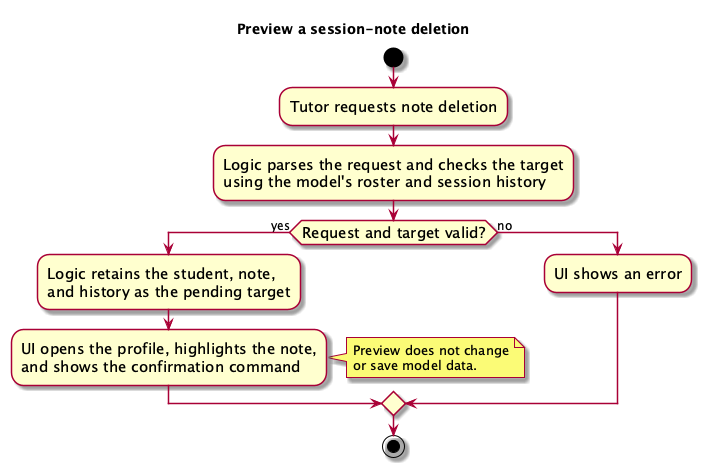
Above: docs/images/DeleteSessionNotePreviewActivityDiagram.png in AY2627S1-CS2103T-F09-1/tp (PlantUML), before the change. Source of this version:
```plantuml
@startuml
skin rose
skinparam ActivityFontSize 15
skinparam ArrowFontSize 12
title Preview a session-note deletion

start
:Tutor requests note deletion;
:Logic parses the request and checks the target
using the model's roster and session history;
if (Request and target valid?) then (yes)
  :Logic retains the student, note,
  and history as the pending target;
  :UI opens the profile, highlights the note,
  and shows the confirmation command;
  note right
    Preview does not change
    or save model data.
  end note
else (no)
  :UI shows an error;
endif
stop
@enduml
```
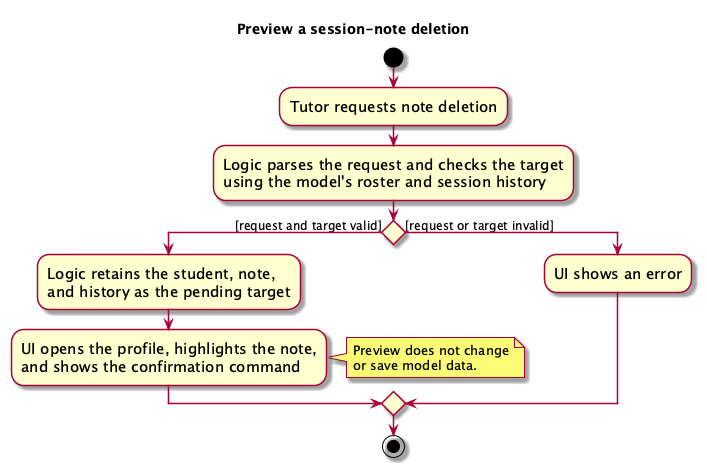
The same diagram one commit later.

Commit message:
Correct note preview decision notation

The edit, as a diff of the source:
```diff
@@ -8,7 +8,7 @@
 :Tutor requests note deletion;
 :Logic parses the request and checks the target
 using the model's roster and session history;
-if (Request and target valid?) then (yes)
+if () then ([request and target valid])
   :Logic retains the student, note,
   and history as the pending target;
   :UI opens the profile, highlights the note,
@@ -17,7 +17,7 @@
     Preview does not change
     or save model data.
   end note
-else (no)
+else ([request or target invalid])
   :UI shows an error;
 endif
 stop
```
